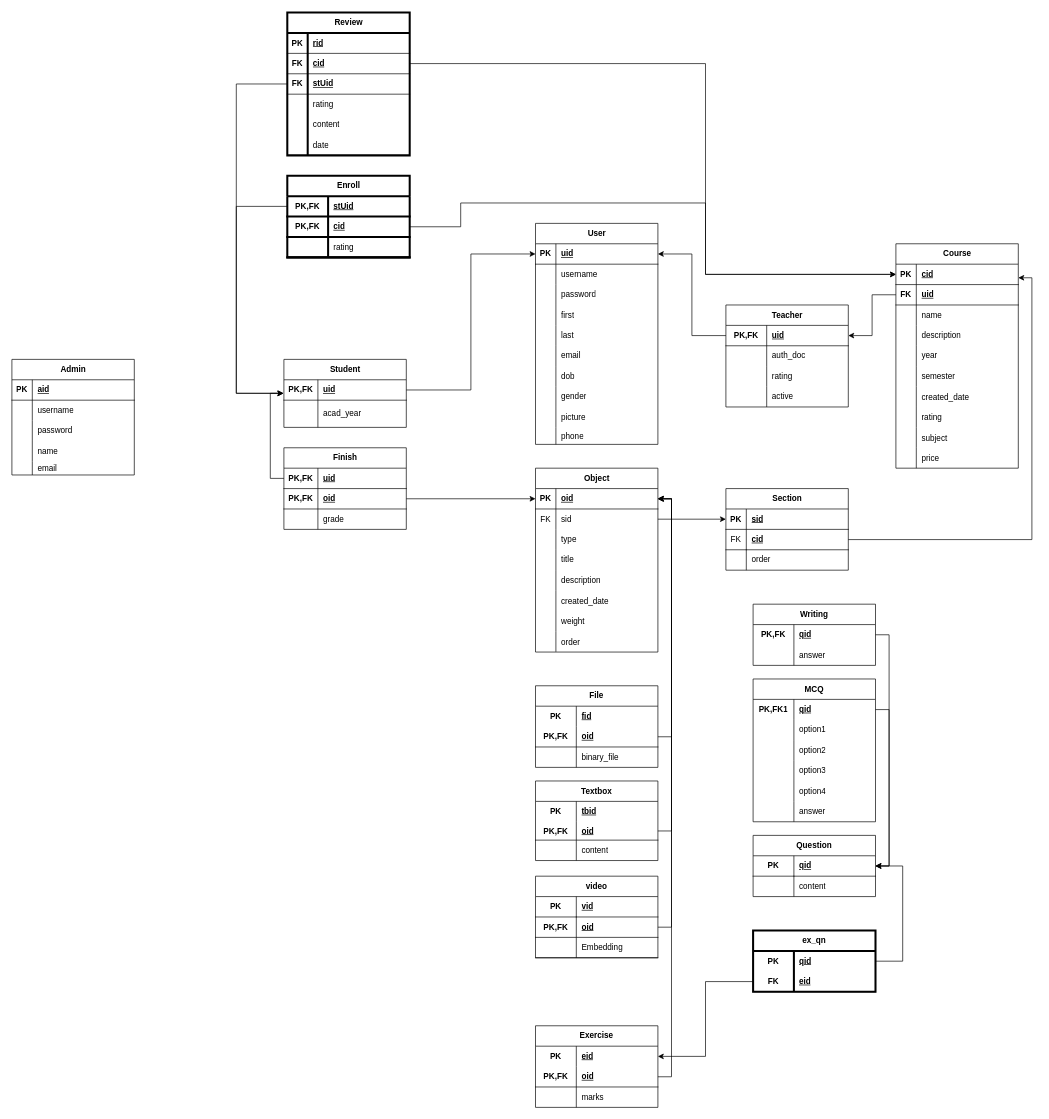
The draw.io diagram page "Schema" (2 of 2) of Design/Database Diagrams.drawio in ahmedamrelhefnawy/Neon-Academy, before the edit. Source tidied: cells renumbered, new cells numbered last; positions are measured from the earlier drawing's top-left corner, leaving out a move shared by most shapes. Both pictures are drawn from the tidied source at 68%, with x=0, y=0 at pixel (12, 12).
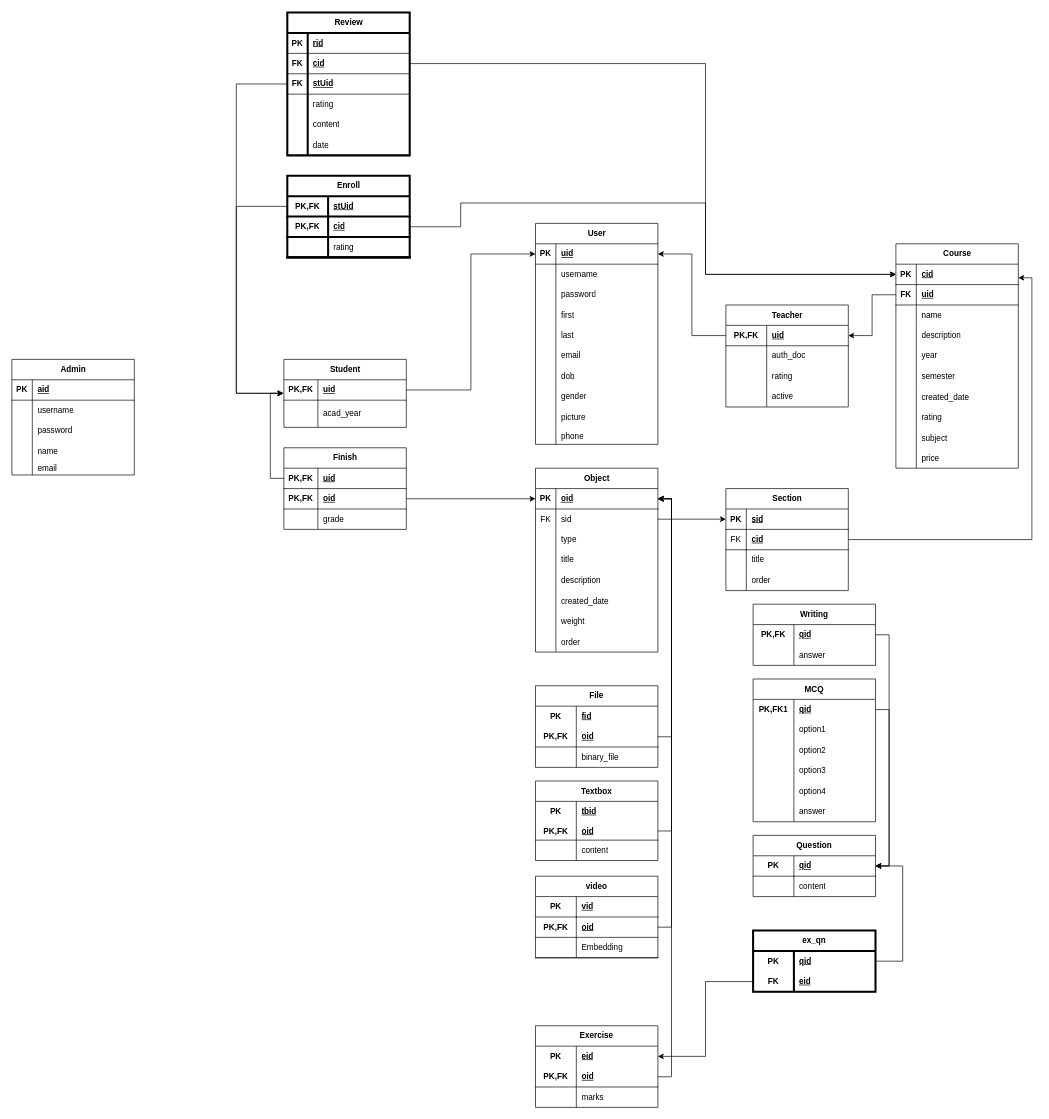
After the change.

Commit message (it also covers changes not shown here):
Edit: Added title to the section entity

Unchanged cells that the change refers to:
```xml
<mxCell id="50" style="shape=tableRow;horizontal=0;startSize=0;swimlaneHead=0;swimlaneBody=0;fillColor=none;top=0;left=0;right=0;bottom=0;" parent="43" vertex="1">
  <mxGeometry y="90" width="180" height="30" as="geometry" />
</mxCell>
```

What changed in the source:
```diff
@@
     <mxCell id="43" value="Section" style="shape=table;startSize=30;childLayout=tableLayout;rowLines=0;fontStyle=1;align=center;html=1;" parent="1" vertex="1">
-      <mxGeometry x="1050" y="700" width="180" height="120" as="geometry" />
+      <mxGeometry x="1050" y="700" width="180" height="150" as="geometry" />
     </mxCell>
@@
-    <mxCell id="52" value="order" style="shape=partialRectangle;fillColor=none;top=0;left=0;bottom=0;right=0;align=left;spacingLeft=6;overflow=hidden;whiteSpace=wrap;html=1;" parent="50" vertex="1">
+    <mxCell id="52" value="title" style="shape=partialRectangle;fillColor=none;top=0;left=0;bottom=0;right=0;align=left;spacingLeft=6;overflow=hidden;whiteSpace=wrap;html=1;" parent="50" vertex="1">
       <mxGeometry x="30" width="150" height="30" as="geometry" />
     </mxCell>
+    <mxCell id="275" style="shape=tableRow;horizontal=0;startSize=0;swimlaneHead=0;swimlaneBody=0;fillColor=none;top=0;left=0;right=0;bottom=0;" parent="43" vertex="1">
+      <mxGeometry y="120" width="180" height="30" as="geometry" />
+    </mxCell>
+    <mxCell id="276" style="shape=partialRectangle;fillColor=none;top=0;left=0;bottom=0;right=0;overflow=hidden;whiteSpace=wrap;html=1;" parent="275" vertex="1">
+      <mxGeometry width="30" height="30" as="geometry" />
+    </mxCell>
+    <mxCell id="277" value="order" style="shape=partialRectangle;fillColor=none;top=0;left=0;bottom=0;right=0;align=left;spacingLeft=6;overflow=hidden;whiteSpace=wrap;html=1;" parent="275" vertex="1">
+      <mxGeometry x="30" width="150" height="30" as="geometry" />
+    </mxCell>
```
